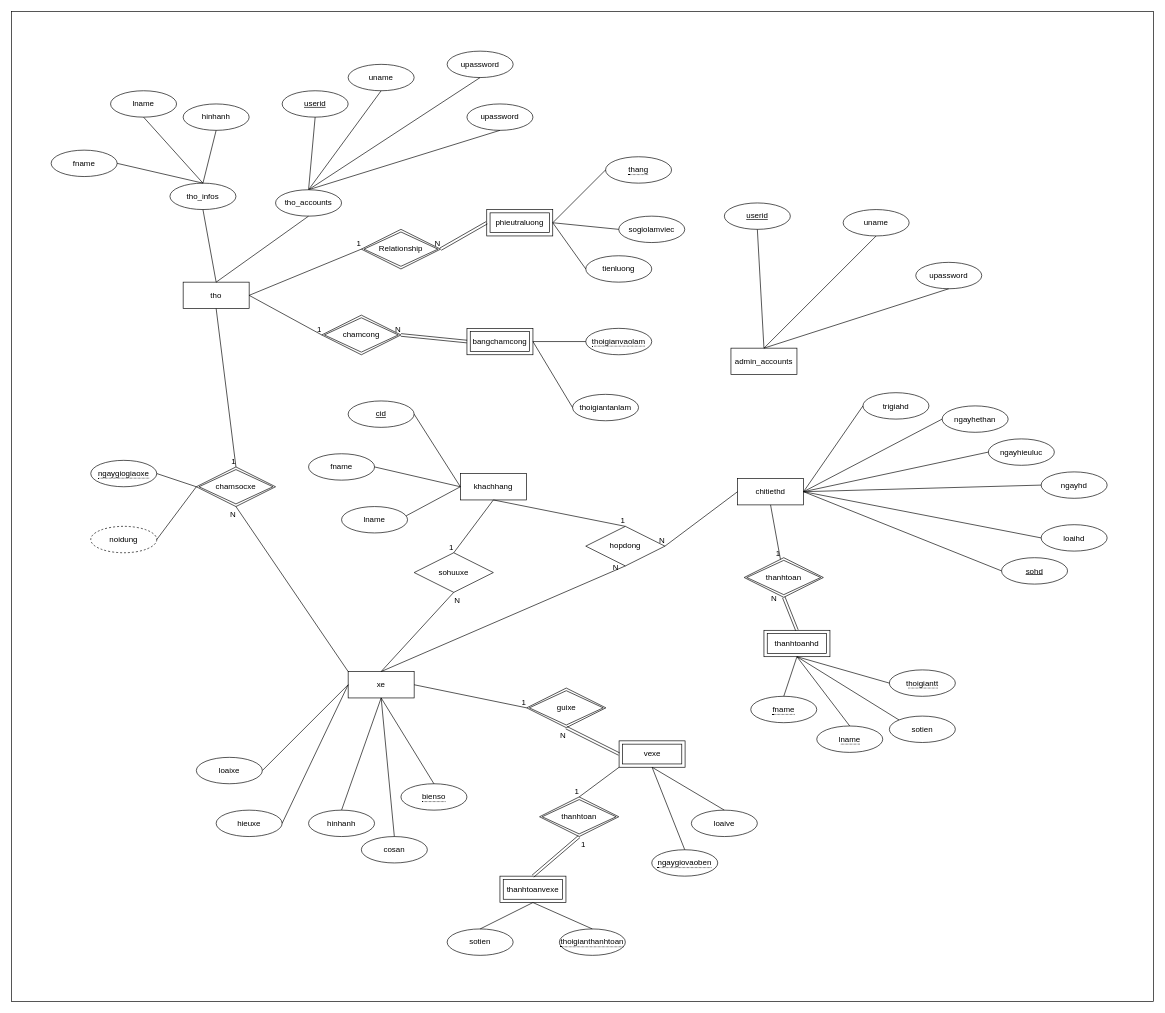
Earlier version of the draw.io diagram ERD.drawio (tonyjohnson1910/DoAn_DBMS). Source tidied: cells renumbered, new cells numbered last; positions are measured from the earlier drawing's top-left corner, leaving out a move shared by most shapes. Both pictures are drawn from the tidied source at 66%, with x=0, y=0 at pixel (11, 11).
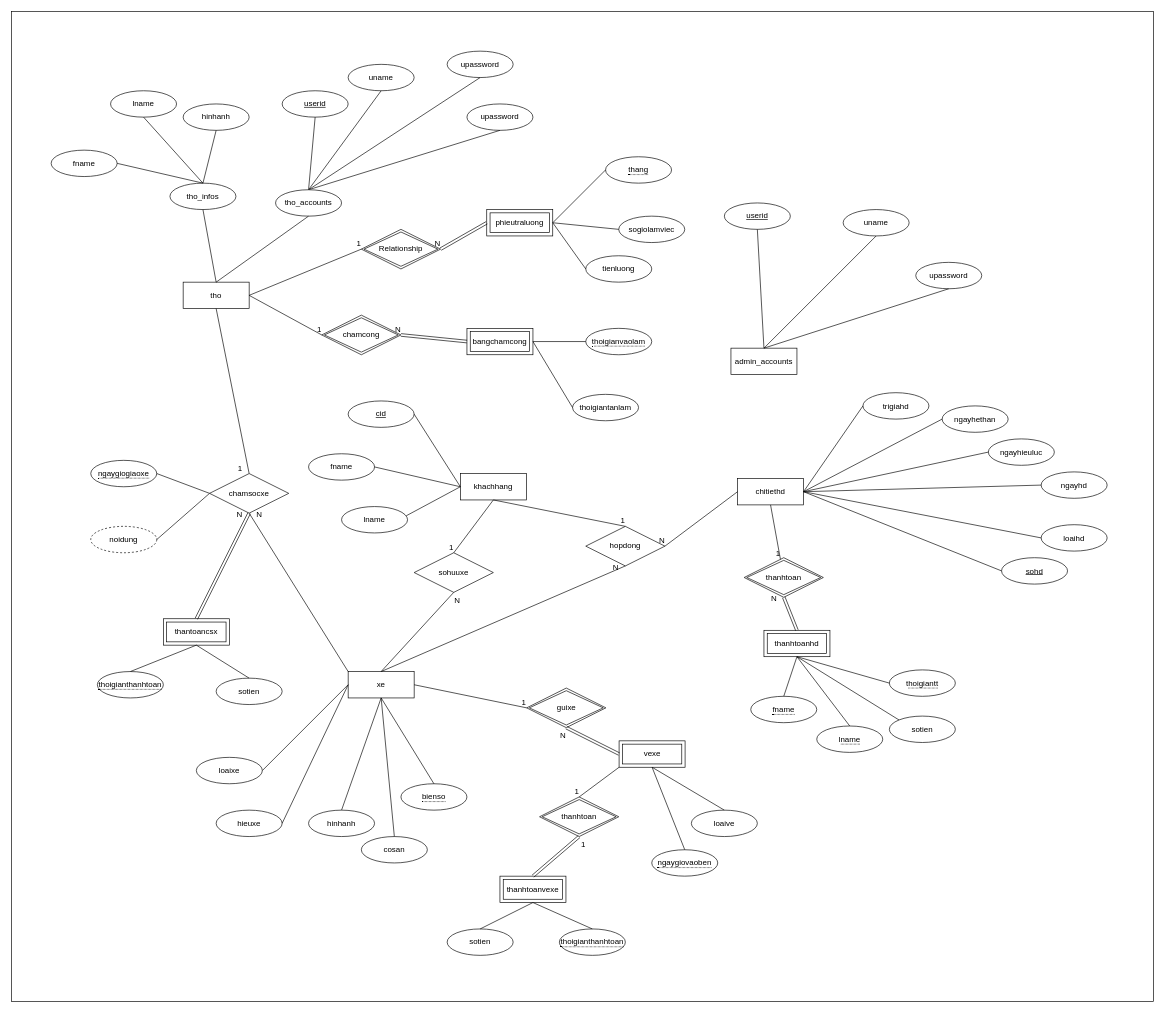
The same page after the edit.

Unchanged cells that the change refers to:
```xml
<mxCell id="83" style="endArrow=none;html=1;rounded=0;exitX=0.5;exitY=1;exitDx=0;exitDy=0;entryX=0.5;entryY=0;entryDx=0;entryDy=0;" parent="1" edge="1" source="76" target="71">
  <mxGeometry relative="1" as="geometry" />
</mxCell>
<mxCell id="85" style="endArrow=none;html=1;rounded=0;exitX=0;exitY=0;exitDx=0;exitDy=0;entryX=0.5;entryY=1;entryDx=0;entryDy=0;" parent="1" edge="1" source="25" target="71">
  <mxGeometry relative="1" as="geometry" />
</mxCell>
```

Change to the diagram source:
```diff
@@
-    <mxCell id="71" value="chamsocxe" style="shape=rhombus;double=1;perimeter=rhombusPerimeter;whiteSpace=wrap;html=1;align=center;" parent="1" vertex="1">
-      <mxGeometry x="280" y="690" width="120" height="60" as="geometry" />
-    </mxCell>
@@
     <mxCell id="84" value="1" style="html=1;align=right;verticalAlign=bottom;" parent="83" vertex="1">
-      <mxGeometry x="1" relative="1" as="geometry" />
+      <mxGeometry x="1" relative="1" as="geometry">
+        <mxPoint x="-10" y="-0.2" as="offset" />
+      </mxGeometry>
     </mxCell>
@@
     <mxCell id="86" value="N" style="html=1;align=right;verticalAlign=bottom;" parent="85" vertex="1">
       <mxGeometry x="1" relative="1" as="geometry">
-        <mxPoint x="-0.1" y="20" as="offset" />
+        <mxPoint x="20.3" y="10.4" as="offset" />
       </mxGeometry>
     </mxCell>
@@
+    <mxCell id="71" value="chamsocxe" style="shape=rhombus;perimeter=rhombusPerimeter;whiteSpace=wrap;html=1;align=center;" parent="1" vertex="1">
+      <mxGeometry x="300" y="700" width="120" height="60" as="geometry" />
+    </mxCell>
+    <mxCell id="137" value="thantoancsx" style="shape=ext;margin=3;double=1;whiteSpace=wrap;html=1;align=center;" parent="1" vertex="1">
+      <mxGeometry x="230" y="920" width="100" height="40" as="geometry" />
+    </mxCell>
+    <mxCell id="138" value="&lt;span style=&quot;border-bottom: 1px dotted&quot;&gt;thoigianthanhtoan&lt;/span&gt;" style="ellipse;whiteSpace=wrap;html=1;align=center;" parent="1" vertex="1">
+      <mxGeometry x="130" y="1000" width="100" height="40" as="geometry" />
+    </mxCell>
+    <mxCell id="139" value="sotien" style="ellipse;whiteSpace=wrap;html=1;align=center;" parent="1" vertex="1">
+      <mxGeometry x="310" y="1010" width="100" height="40" as="geometry" />
+    </mxCell>
+    <mxCell id="140" style="endArrow=none;html=1;rounded=0;entryX=0.5;entryY=0;entryDx=0;entryDy=0;exitX=0.5;exitY=1;exitDx=0;exitDy=0;" parent="1" edge="1" source="137" target="139">
+      <mxGeometry relative="1" as="geometry" />
+    </mxCell>
+    <mxCell id="141" style="endArrow=none;html=1;rounded=0;exitX=0.5;exitY=0;exitDx=0;exitDy=0;entryX=0.5;entryY=1;entryDx=0;entryDy=0;" parent="1" edge="1" source="138" target="137">
+      <mxGeometry relative="1" as="geometry" />
+    </mxCell>
+    <mxCell id="142" style="shape=link;html=1;rounded=0;exitX=0.5;exitY=0;exitDx=0;exitDy=0;entryX=0.5;entryY=1;entryDx=0;entryDy=0;" parent="1" edge="1" source="137" target="71">
+      <mxGeometry relative="1" as="geometry" />
+    </mxCell>
+    <mxCell id="143" value="N" style="html=1;align=right;verticalAlign=bottom;" parent="142" vertex="1">
+      <mxGeometry x="1" relative="1" as="geometry">
+        <mxPoint x="-10" y="9.9" as="offset" />
+      </mxGeometry>
+    </mxCell>
```
